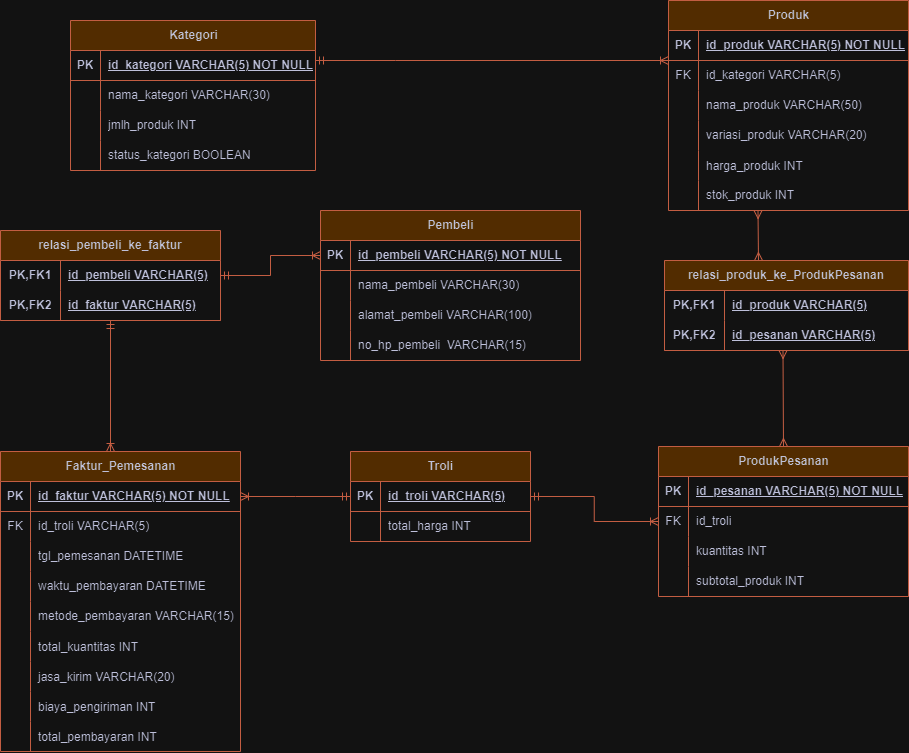
Earlier version of the draw.io export ERD Online Retail.drawio.png (suryaprmdya/DB_Online_Retail). Source tidied: cells renumbered, new cells last; positions are measured from the earlier drawing's top-left corner, leaving out a move shared by most shapes.
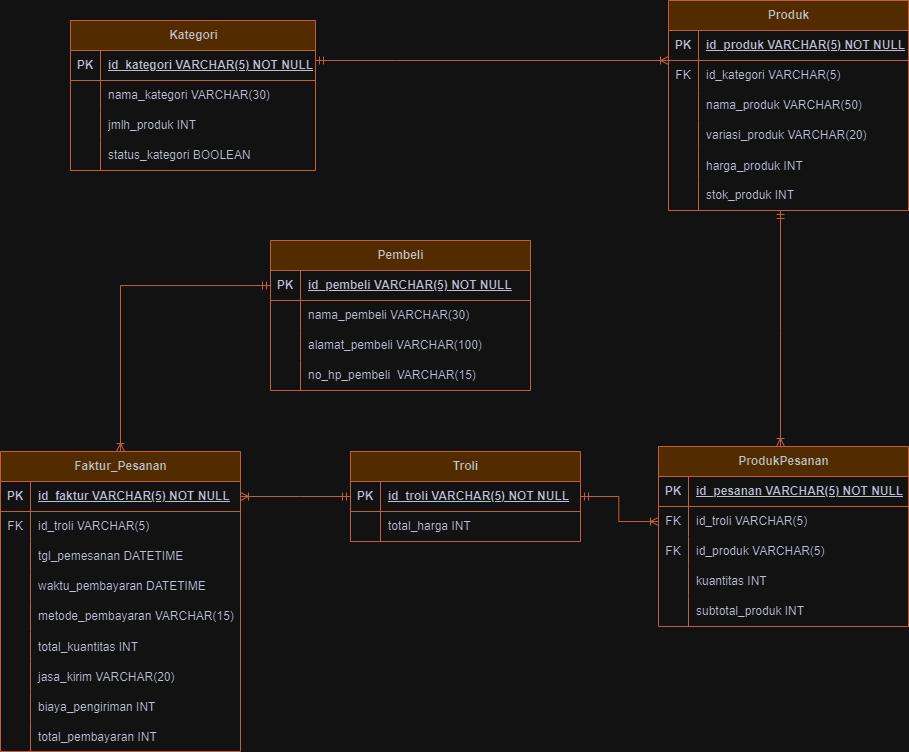
After the commit.

Diff of the diagram source:
```diff
@@ -3,7 +3,7 @@
     <mxCell id="0" />
     <mxCell id="1" parent="0" />
     <mxCell id="2" value="Pembeli" style="shape=table;startSize=30;rowLines=0;fontStyle=1;align=center;html=1;labelBackgroundColor=none;fillColor=#F2CC8F;strokeColor=#E07A5F;fontColor=#393C56;" parent="1" vertex="1">
-      <mxGeometry x="320" y="210" width="260" height="150" as="geometry" />
+      <mxGeometry x="270" y="240" width="260" height="150" as="geometry" />
     </mxCell>
     <mxCell id="3" style="shape=tableRow;horizontal=0;startSize=0;swimlaneHead=0;swimlaneBody=0;fillColor=none;points=[[0,0.5],[1,0.5]];portConstraint=eastwest;top=0;left=0;right=0;bottom=1;labelBackgroundColor=none;strokeColor=#E07A5F;fontColor=#393C56;" parent="2" vertex="1">
       <mxGeometry y="30" width="260" height="30" as="geometry" />
@@ -137,28 +137,7 @@
     <mxCell id="46" value="stok_produk INT" style="shape=partialRectangle;fillColor=none;top=0;left=0;bottom=0;right=0;align=left;spacingLeft=6;overflow=hidden;whiteSpace=wrap;html=1;labelBackgroundColor=none;strokeColor=#E07A5F;fontColor=#393C56;" parent="44" vertex="1">
       <mxGeometry x="30" width="210" height="30" as="geometry" />
     </mxCell>
-    <mxCell id="47" value="relasi_produk_ke_ProdukPesanan" style="shape=table;startSize=30;rowLines=0;fontStyle=1;align=center;html=1;whiteSpace=wrap;labelBackgroundColor=none;fillColor=#F2CC8F;strokeColor=#E07A5F;fontColor=#393C56;" parent="1" vertex="1">
-      <mxGeometry x="664" y="260" width="244" height="90" as="geometry" />
-    </mxCell>
-    <mxCell id="48" style="shape=tableRow;horizontal=0;startSize=0;swimlaneHead=0;swimlaneBody=0;fillColor=none;top=0;left=0;right=0;bottom=0;html=1;labelBackgroundColor=none;strokeColor=#E07A5F;fontColor=#393C56;" parent="47" vertex="1">
-      <mxGeometry y="30" width="244" height="30" as="geometry" />
-    </mxCell>
-    <mxCell id="49" value="PK,FK1" style="shape=partialRectangle;fillColor=none;top=0;left=0;bottom=0;right=0;fontStyle=1;overflow=hidden;html=1;whiteSpace=wrap;labelBackgroundColor=none;strokeColor=#E07A5F;fontColor=#393C56;" parent="48" vertex="1">
-      <mxGeometry width="60" height="30" as="geometry" />
-    </mxCell>
-    <mxCell id="50" value="id_produk VARCHAR(5)" style="shape=partialRectangle;fillColor=none;top=0;left=0;bottom=0;right=0;align=left;spacingLeft=6;fontStyle=5;overflow=hidden;html=1;whiteSpace=wrap;labelBackgroundColor=none;strokeColor=#E07A5F;fontColor=#393C56;" parent="48" vertex="1">
-      <mxGeometry x="60" width="184" height="30" as="geometry" />
-    </mxCell>
-    <mxCell id="51" style="shape=tableRow;horizontal=0;startSize=0;swimlaneHead=0;swimlaneBody=0;fillColor=none;points=[[0,0.5],[1,0.5]];portConstraint=eastwest;top=0;left=0;right=0;bottom=1;html=1;labelBackgroundColor=none;strokeColor=#E07A5F;fontColor=#393C56;" parent="47" vertex="1">
-      <mxGeometry y="60" width="244" height="30" as="geometry" />
-    </mxCell>
-    <mxCell id="52" value="PK,FK2" style="shape=partialRectangle;fillColor=none;top=0;left=0;bottom=0;right=0;fontStyle=1;overflow=hidden;html=1;whiteSpace=wrap;labelBackgroundColor=none;strokeColor=#E07A5F;fontColor=#393C56;" parent="51" vertex="1">
-      <mxGeometry width="60" height="30" as="geometry" />
-    </mxCell>
-    <mxCell id="53" value="id_pesanan VARCHAR(5)" style="shape=partialRectangle;fillColor=none;top=0;left=0;bottom=0;right=0;align=left;spacingLeft=6;fontStyle=5;overflow=hidden;html=1;whiteSpace=wrap;labelBackgroundColor=none;strokeColor=#E07A5F;fontColor=#393C56;" parent="51" vertex="1">
-      <mxGeometry x="60" width="184" height="30" as="geometry" />
-    </mxCell>
-    <mxCell id="54" value="Faktur_Pemesanan" style="shape=table;startSize=30;rowLines=0;fontStyle=1;align=center;html=1;labelBackgroundColor=none;fillColor=#F2CC8F;strokeColor=#E07A5F;fontColor=#393C56;" parent="1" vertex="1">
+    <mxCell id="54" value="Faktur_Pesanan" style="shape=table;startSize=30;rowLines=0;fontStyle=1;align=center;html=1;labelBackgroundColor=none;fillColor=#F2CC8F;strokeColor=#E07A5F;fontColor=#393C56;" parent="1" vertex="1">
       <mxGeometry y="451" width="240" height="300" as="geometry" />
     </mxCell>
     <mxCell id="55" style="shape=tableRow;horizontal=0;startSize=0;swimlaneHead=0;swimlaneBody=0;fillColor=none;points=[[0,0.5],[1,0.5]];portConstraint=eastwest;top=0;left=0;right=0;bottom=1;labelBackgroundColor=none;strokeColor=#E07A5F;fontColor=#393C56;" parent="54" vertex="1">
@@ -242,29 +221,8 @@
     <mxCell id="81" value="total_pembayaran INT" style="shape=partialRectangle;fillColor=none;top=0;left=0;bottom=0;right=0;align=left;spacingLeft=6;overflow=hidden;labelBackgroundColor=none;strokeColor=#E07A5F;fontColor=#393C56;" parent="79" vertex="1">
       <mxGeometry x="30" width="210" height="30" as="geometry" />
     </mxCell>
-    <mxCell id="82" value="relasi_pembeli_ke_faktur" style="shape=table;startSize=30;rowLines=0;fontStyle=1;align=center;html=1;whiteSpace=wrap;labelBackgroundColor=none;fillColor=#F2CC8F;strokeColor=#E07A5F;fontColor=#393C56;" parent="1" vertex="1">
-      <mxGeometry y="230" width="220" height="90" as="geometry" />
-    </mxCell>
-    <mxCell id="83" style="shape=tableRow;horizontal=0;startSize=0;swimlaneHead=0;swimlaneBody=0;fillColor=none;points=[[0,0.5],[1,0.5]];portConstraint=eastwest;top=0;left=0;right=0;bottom=0;html=1;labelBackgroundColor=none;strokeColor=#E07A5F;fontColor=#393C56;" parent="82" vertex="1">
-      <mxGeometry y="30" width="220" height="30" as="geometry" />
-    </mxCell>
-    <mxCell id="84" value="PK,FK1" style="shape=partialRectangle;fillColor=none;top=0;left=0;bottom=0;right=0;fontStyle=1;overflow=hidden;html=1;whiteSpace=wrap;labelBackgroundColor=none;strokeColor=#E07A5F;fontColor=#393C56;" parent="83" vertex="1">
-      <mxGeometry width="60" height="30" as="geometry" />
-    </mxCell>
-    <mxCell id="85" value="id_pembeli VARCHAR(5)" style="shape=partialRectangle;fillColor=none;top=0;left=0;bottom=0;right=0;align=left;spacingLeft=6;fontStyle=5;overflow=hidden;html=1;whiteSpace=wrap;labelBackgroundColor=none;strokeColor=#E07A5F;fontColor=#393C56;" parent="83" vertex="1">
-      <mxGeometry x="60" width="160" height="30" as="geometry" />
-    </mxCell>
-    <mxCell id="86" style="shape=tableRow;horizontal=0;startSize=0;swimlaneHead=0;swimlaneBody=0;fillColor=none;points=[[0,0.5],[1,0.5]];portConstraint=eastwest;top=0;left=0;right=0;bottom=1;html=1;labelBackgroundColor=none;strokeColor=#E07A5F;fontColor=#393C56;" parent="82" vertex="1">
-      <mxGeometry y="60" width="220" height="30" as="geometry" />
-    </mxCell>
-    <mxCell id="87" value="PK,FK2" style="shape=partialRectangle;fillColor=none;top=0;left=0;bottom=0;right=0;fontStyle=1;overflow=hidden;html=1;whiteSpace=wrap;labelBackgroundColor=none;strokeColor=#E07A5F;fontColor=#393C56;" parent="86" vertex="1">
-      <mxGeometry width="60" height="30" as="geometry" />
-    </mxCell>
-    <mxCell id="88" value="id_faktur VARCHAR(5)" style="shape=partialRectangle;fillColor=none;top=0;left=0;bottom=0;right=0;align=left;spacingLeft=6;fontStyle=5;overflow=hidden;html=1;whiteSpace=wrap;labelBackgroundColor=none;strokeColor=#E07A5F;fontColor=#393C56;" parent="86" vertex="1">
-      <mxGeometry x="60" width="160" height="30" as="geometry" />
-    </mxCell>
     <mxCell id="89" value="ProdukPesanan" style="shape=table;startSize=30;rowLines=0;fontStyle=1;align=center;html=1;labelBackgroundColor=none;fillColor=#F2CC8F;strokeColor=#E07A5F;fontColor=#393C56;" parent="1" vertex="1">
-      <mxGeometry x="658" y="446" width="250" height="150" as="geometry" />
+      <mxGeometry x="658" y="446" width="250" height="180" as="geometry" />
     </mxCell>
     <mxCell id="90" style="shape=tableRow;horizontal=0;startSize=0;swimlaneHead=0;swimlaneBody=0;fillColor=none;top=0;left=0;right=0;bottom=1;labelBackgroundColor=none;strokeColor=#E07A5F;fontColor=#393C56;" parent="89" vertex="1">
       <mxGeometry y="30" width="250" height="30" as="geometry" />
@@ -281,11 +239,20 @@
     <mxCell id="94" value="FK" style="shape=partialRectangle;fillColor=none;top=0;left=0;bottom=0;right=0;fontStyle=0;overflow=hidden;whiteSpace=wrap;html=1;strokeColor=#E07A5F;fontColor=#393C56;" parent="93" vertex="1">
       <mxGeometry width="30" height="30" as="geometry" />
     </mxCell>
-    <mxCell id="95" value="id_troli" style="shape=partialRectangle;fillColor=none;top=0;left=0;bottom=0;right=0;align=left;spacingLeft=6;fontStyle=0;overflow=hidden;whiteSpace=wrap;html=1;strokeColor=#E07A5F;fontColor=#393C56;" parent="93" vertex="1">
+    <mxCell id="95" value="id_troli VARCHAR(5)" style="shape=partialRectangle;fillColor=none;top=0;left=0;bottom=0;right=0;align=left;spacingLeft=6;fontStyle=0;overflow=hidden;whiteSpace=wrap;html=1;strokeColor=#E07A5F;fontColor=#393C56;" parent="93" vertex="1">
       <mxGeometry x="30" width="220" height="30" as="geometry" />
     </mxCell>
+    <mxCell id="116" style="shape=tableRow;horizontal=0;startSize=0;swimlaneHead=0;swimlaneBody=0;fillColor=none;top=0;left=0;right=0;bottom=0;strokeColor=#E07A5F;fontColor=#393C56;" parent="89" vertex="1">
+      <mxGeometry y="90" width="250" height="30" as="geometry" />
+    </mxCell>
+    <mxCell id="117" value="FK" style="shape=partialRectangle;fillColor=none;top=0;left=0;bottom=0;right=0;fontStyle=0;overflow=hidden;whiteSpace=wrap;html=1;strokeColor=#E07A5F;fontColor=#393C56;" parent="116" vertex="1">
+      <mxGeometry width="30" height="30" as="geometry" />
+    </mxCell>
+    <mxCell id="50" value="id_produk VARCHAR(5)" style="shape=partialRectangle;fillColor=none;top=0;left=0;bottom=0;right=0;align=left;spacingLeft=6;fontStyle=0;overflow=hidden;whiteSpace=wrap;html=1;strokeColor=#E07A5F;fontColor=#393C56;" parent="116" vertex="1">
+      <mxGeometry x="30" width="220" height="30" as="geometry" />
+    </mxCell>
     <mxCell id="96" style="shape=tableRow;horizontal=0;startSize=0;swimlaneHead=0;swimlaneBody=0;fillColor=none;top=0;left=0;right=0;bottom=0;labelBackgroundColor=none;strokeColor=#E07A5F;fontColor=#393C56;" parent="89" vertex="1">
-      <mxGeometry y="90" width="250" height="30" as="geometry" />
+      <mxGeometry y="120" width="250" height="30" as="geometry" />
     </mxCell>
     <mxCell id="97" style="shape=partialRectangle;fillColor=none;top=0;left=0;bottom=0;right=0;overflow=hidden;whiteSpace=wrap;html=1;labelBackgroundColor=none;strokeColor=#E07A5F;fontColor=#393C56;" parent="96" vertex="1">
       <mxGeometry width="30" height="30" as="geometry" />
@@ -294,7 +261,7 @@
       <mxGeometry x="30" width="220" height="30" as="geometry" />
     </mxCell>
     <mxCell id="99" style="shape=tableRow;horizontal=0;startSize=0;swimlaneHead=0;swimlaneBody=0;fillColor=none;top=0;left=0;right=0;bottom=0;labelBackgroundColor=none;strokeColor=#E07A5F;fontColor=#393C56;" parent="89" vertex="1">
-      <mxGeometry y="120" width="250" height="30" as="geometry" />
+      <mxGeometry y="150" width="250" height="30" as="geometry" />
     </mxCell>
     <mxCell id="100" style="shape=partialRectangle;fillColor=none;top=0;left=0;bottom=0;right=0;overflow=hidden;whiteSpace=wrap;html=1;labelBackgroundColor=none;strokeColor=#E07A5F;fontColor=#393C56;" parent="99" vertex="1">
       <mxGeometry width="30" height="30" as="geometry" />
@@ -303,34 +270,26 @@
       <mxGeometry x="30" width="220" height="30" as="geometry" />
     </mxCell>
     <mxCell id="102" value="Troli" style="shape=table;startSize=30;rowLines=0;fontStyle=1;align=center;html=1;strokeColor=#E07A5F;fontColor=#393C56;fillColor=#F2CC8F;" parent="1" vertex="1">
-      <mxGeometry x="350" y="451" width="180" height="90" as="geometry" />
+      <mxGeometry x="350" y="451" width="230" height="90" as="geometry" />
     </mxCell>
     <mxCell id="103" style="shape=tableRow;horizontal=0;startSize=0;swimlaneHead=0;swimlaneBody=0;fillColor=none;points=[[0,0.5],[1,0.5]];portConstraint=eastwest;top=0;left=0;right=0;bottom=1;strokeColor=#E07A5F;fontColor=#393C56;" parent="102" vertex="1">
-      <mxGeometry y="30" width="180" height="30" as="geometry" />
+      <mxGeometry y="30" width="230" height="30" as="geometry" />
     </mxCell>
     <mxCell id="104" value="PK" style="shape=partialRectangle;fillColor=none;top=0;left=0;bottom=0;right=0;fontStyle=1;overflow=hidden;whiteSpace=wrap;html=1;strokeColor=#E07A5F;fontColor=#393C56;" parent="103" vertex="1">
       <mxGeometry width="30" height="30" as="geometry" />
     </mxCell>
-    <mxCell id="105" value="id_troli VARCHAR(5)" style="shape=partialRectangle;fillColor=none;top=0;left=0;bottom=0;right=0;align=left;spacingLeft=6;fontStyle=5;overflow=hidden;whiteSpace=wrap;html=1;strokeColor=#E07A5F;fontColor=#393C56;" parent="103" vertex="1">
-      <mxGeometry x="30" width="150" height="30" as="geometry" />
+    <mxCell id="105" value="id_troli VARCHAR(5) NOT NULL" style="shape=partialRectangle;fillColor=none;top=0;left=0;bottom=0;right=0;align=left;spacingLeft=6;fontStyle=5;overflow=hidden;whiteSpace=wrap;html=1;strokeColor=#E07A5F;fontColor=#393C56;" parent="103" vertex="1">
+      <mxGeometry x="30" width="200" height="30" as="geometry" />
     </mxCell>
     <mxCell id="106" style="shape=tableRow;horizontal=0;startSize=0;swimlaneHead=0;swimlaneBody=0;fillColor=none;top=0;left=0;right=0;bottom=0;strokeColor=#E07A5F;fontColor=#393C56;" parent="102" vertex="1">
-      <mxGeometry y="60" width="180" height="30" as="geometry" />
+      <mxGeometry y="60" width="230" height="30" as="geometry" />
     </mxCell>
     <mxCell id="107" style="shape=partialRectangle;fillColor=none;top=0;left=0;bottom=0;right=0;overflow=hidden;whiteSpace=wrap;html=1;strokeColor=#E07A5F;fontColor=#393C56;" parent="106" vertex="1">
       <mxGeometry width="30" height="30" as="geometry" />
     </mxCell>
     <mxCell id="108" value="total_harga INT" style="shape=partialRectangle;fillColor=none;top=0;left=0;bottom=0;right=0;align=left;spacingLeft=6;overflow=hidden;whiteSpace=wrap;html=1;strokeColor=#E07A5F;fontColor=#393C56;" parent="106" vertex="1">
-      <mxGeometry x="30" width="150" height="30" as="geometry" />
+      <mxGeometry x="30" width="200" height="30" as="geometry" />
     </mxCell>
-    <mxCell id="109" style="fontSize=12;html=1;endArrow=ERmany;startArrow=ERmany;rounded=0;strokeColor=#E07A5F;fontColor=#393C56;fillColor=#F2CC8F;edgeStyle=elbowEdgeStyle;" parent="1" edge="1" target="44">
-      <mxGeometry relative="1" as="geometry">
-        <mxPoint x="758" y="260" as="sourcePoint" />
-      </mxGeometry>
-    </mxCell>
-    <mxCell id="110" style="fontSize=12;html=1;endArrow=ERmany;startArrow=ERmany;rounded=0;strokeColor=#E07A5F;fontColor=#393C56;fillColor=#F2CC8F;exitX=0.5;exitY=0;exitDx=0;exitDy=0;edgeStyle=elbowEdgeStyle;" parent="1" edge="1" source="89" target="51">
-      <mxGeometry relative="1" as="geometry" />
-    </mxCell>
     <mxCell id="111" style="fontSize=12;html=1;endArrow=ERoneToMany;startArrow=ERmandOne;rounded=0;strokeColor=#E07A5F;fontColor=#393C56;fillColor=#F2CC8F;edgeStyle=elbowEdgeStyle;elbow=vertical;" parent="1" edge="1" source="16" target="32">
       <mxGeometry relative="1" as="geometry">
         <Array as="points">
@@ -341,14 +300,23 @@
     <mxCell id="112" style="fontSize=12;html=1;endArrow=ERoneToMany;startArrow=ERmandOne;rounded=0;strokeColor=#E07A5F;fontColor=#393C56;fillColor=#F2CC8F;edgeStyle=elbowEdgeStyle;" parent="1" edge="1" source="103" target="93">
       <mxGeometry relative="1" as="geometry" />
     </mxCell>
-    <mxCell id="113" style="fontSize=12;html=1;endArrow=ERoneToMany;startArrow=ERmandOne;rounded=0;strokeColor=#E07A5F;fontColor=#393C56;fillColor=#F2CC8F;edgeStyle=elbowEdgeStyle;" parent="1" edge="1" source="83" target="3">
-      <mxGeometry relative="1" as="geometry" />
-    </mxCell>
-    <mxCell id="114" style="fontSize=12;html=1;endArrow=ERoneToMany;startArrow=ERmandOne;rounded=0;strokeColor=#E07A5F;fontColor=#393C56;fillColor=#F2CC8F;edgeStyle=elbowEdgeStyle;" parent="1" edge="1" source="86" target="54">
+    <mxCell id="114" style="fontSize=12;html=1;endArrow=ERoneToMany;startArrow=ERmandOne;rounded=0;strokeColor=#E07A5F;fontColor=#393C56;fillColor=#F2CC8F;edgeStyle=orthogonalEdgeStyle;" parent="1" edge="1" source="3" target="54">
       <mxGeometry relative="1" as="geometry" />
     </mxCell>
     <mxCell id="115" style="fontSize=12;html=1;endArrow=ERoneToMany;startArrow=ERmandOne;rounded=0;strokeColor=#E07A5F;fontColor=#393C56;fillColor=#F2CC8F;edgeStyle=elbowEdgeStyle;" parent="1" edge="1" source="103" target="55">
-      <mxGeometry relative="1" as="geometry" />
+      <mxGeometry relative="1" as="geometry">
+        <Array as="points">
+          <mxPoint x="300" y="496" />
+        </Array>
+      </mxGeometry>
     </mxCell>
+    <mxCell id="118" style="fontSize=12;html=1;endArrow=ERoneToMany;startArrow=ERmandOne;rounded=0;strokeColor=#E07A5F;fontColor=#393C56;fillColor=#F2CC8F;edgeStyle=elbowEdgeStyle;" parent="1" edge="1" source="44" target="89">
+      <mxGeometry relative="1" as="geometry">
+        <Array as="points">
+          <mxPoint x="780" y="330" />
+          <mxPoint x="750" y="420" />
+        </Array>
+      </mxGeometry>
+    </mxCell>
   </root>
 </mxGraphModel>
```
